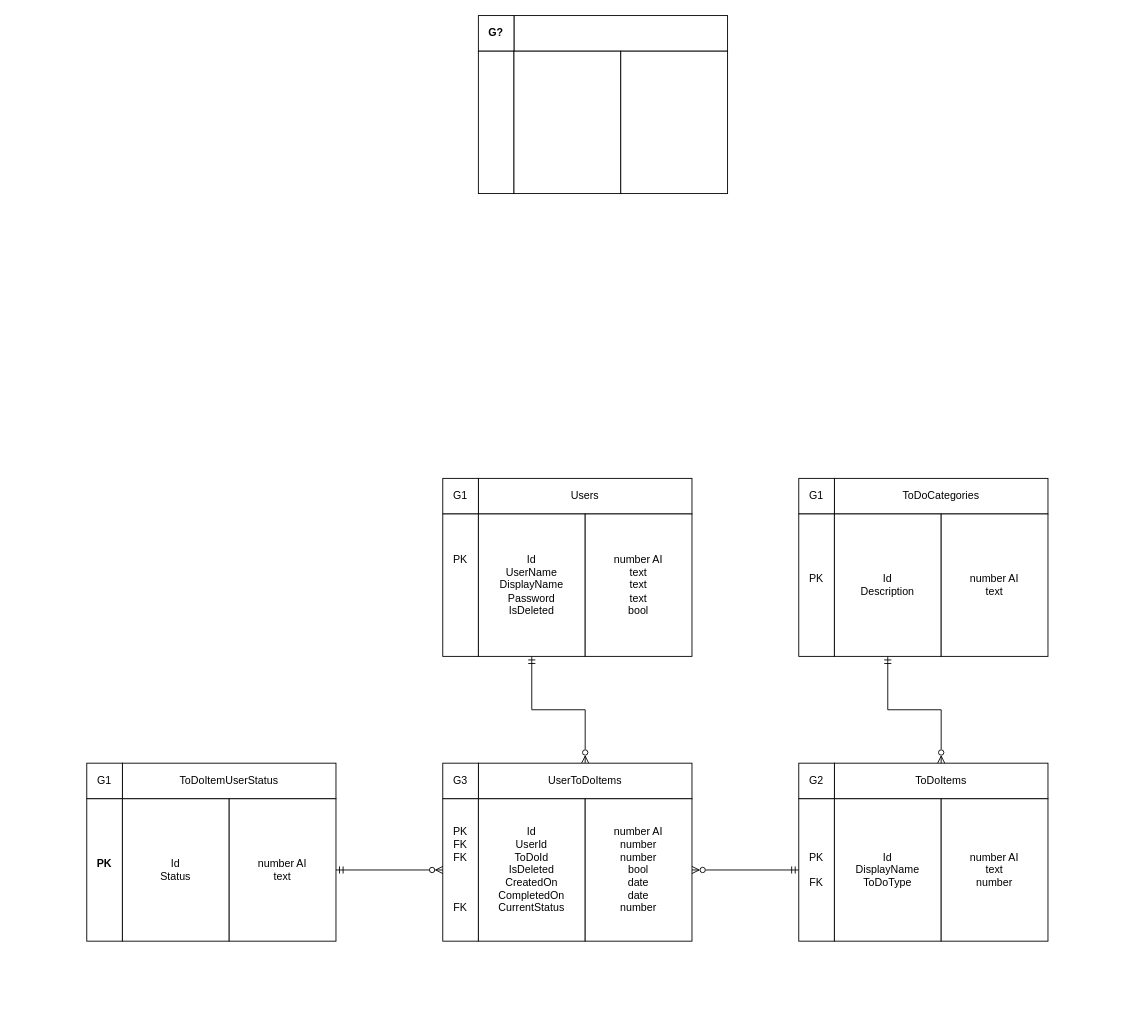
Before: DBDesign.drawio in Manlx/HTTP-API-From-Basic-Principles-, a draw.io diagram. Source tidied: cells renumbered, new cells numbered last; positions are measured from the earlier drawing's top-left corner, leaving out a move shared by most shapes. Both pictures are drawn from the tidied source at 89%, with x=0, y=0 at pixel (86, 15).
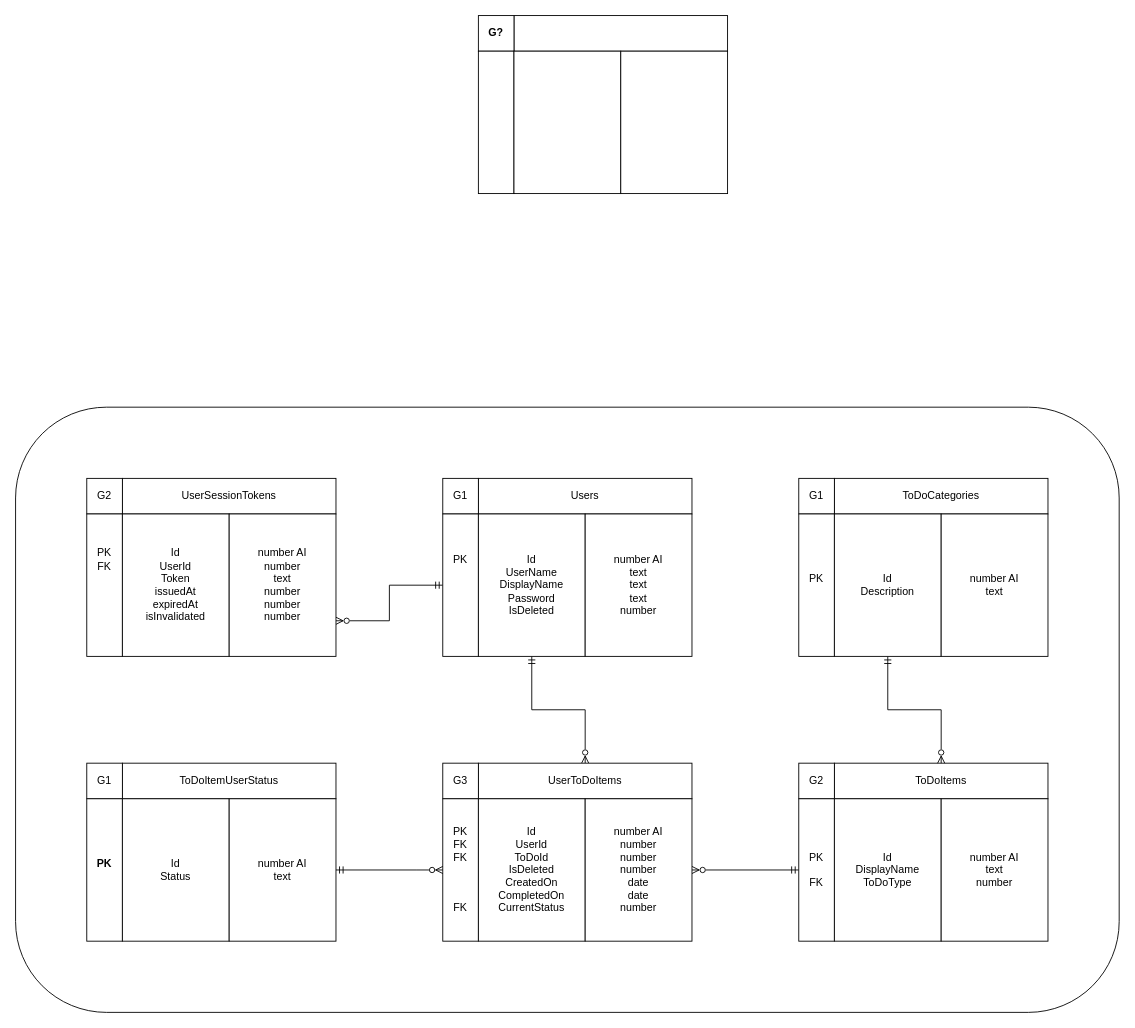
The same diagram, later.

Unchanged cells that the change refers to:
```xml
<mxCell id="9" value="PK&lt;div&gt;&lt;br&gt;&lt;/div&gt;&lt;div&gt;&lt;br&gt;&lt;/div&gt;&lt;div&gt;&lt;br&gt;&lt;/div&gt;&lt;div&gt;&lt;br&gt;&lt;/div&gt;" style="rounded=0;whiteSpace=wrap;html=1;" parent="1" vertex="1">
  <mxGeometry x="400" y="560" width="40" height="160" as="geometry" />
</mxCell>
```

Change to the diagram source:
```diff
@@
+    <mxCell id="36" style="rounded=1;whiteSpace=wrap;html=1;" parent="1" vertex="1">
+      <mxGeometry x="-80" y="440" width="1240" height="680" as="geometry" />
+    </mxCell>
@@
+    <mxCell id="37" style="edgeStyle=orthogonalEdgeStyle;rounded=0;jettySize=auto;html=1;entryX=1;entryY=0.75;entryDx=0;entryDy=0;endArrow=ERzeroToMany;endFill=0;startArrow=ERmandOne;startFill=0;" parent="1" edge="1" source="9" target="42">
+      <mxGeometry relative="1" as="geometry" />
+    </mxCell>
@@
-    <mxCell id="12" value="number AI&lt;br&gt;text&lt;div&gt;text&lt;/div&gt;&lt;div&gt;text&lt;/div&gt;&lt;div&gt;bool&lt;/div&gt;" style="rounded=0;whiteSpace=wrap;html=1;" parent="1" vertex="1">
+    <mxCell id="12" value="number AI&lt;br&gt;text&lt;div&gt;text&lt;/div&gt;&lt;div&gt;text&lt;/div&gt;&lt;div&gt;number&lt;/div&gt;" style="rounded=0;whiteSpace=wrap;html=1;" parent="1" vertex="1">
       <mxGeometry x="560" y="560" width="120" height="160" as="geometry" />
     </mxCell>
@@
-    <mxCell id="29" value="&lt;span style=&quot;font-weight: normal;&quot;&gt;number AI&lt;/span&gt;&lt;div&gt;&lt;span style=&quot;font-weight: 400;&quot;&gt;number&lt;/span&gt;&lt;/div&gt;&lt;div&gt;&lt;span style=&quot;font-weight: 400;&quot;&gt;number&lt;br&gt;&lt;/span&gt;&lt;div&gt;&lt;span style=&quot;font-weight: normal;&quot;&gt;bool&lt;/span&gt;&lt;/div&gt;&lt;div&gt;&lt;span style=&quot;font-weight: normal;&quot;&gt;date&lt;/span&gt;&lt;/div&gt;&lt;div&gt;&lt;span style=&quot;font-weight: normal;&quot;&gt;date&lt;/span&gt;&lt;/div&gt;&lt;div&gt;&lt;span style=&quot;font-weight: normal;&quot;&gt;number&lt;/span&gt;&lt;/div&gt;&lt;/div&gt;" style="rounded=0;whiteSpace=wrap;html=1;fontStyle=1;" parent="1" vertex="1">
+    <mxCell id="29" value="&lt;span style=&quot;font-weight: normal;&quot;&gt;number AI&lt;/span&gt;&lt;div&gt;&lt;span style=&quot;font-weight: 400;&quot;&gt;number&lt;/span&gt;&lt;/div&gt;&lt;div&gt;&lt;span style=&quot;font-weight: 400;&quot;&gt;number&lt;br&gt;&lt;/span&gt;&lt;div&gt;&lt;span style=&quot;font-weight: normal;&quot;&gt;number&lt;/span&gt;&lt;/div&gt;&lt;div&gt;&lt;span style=&quot;font-weight: normal;&quot;&gt;date&lt;/span&gt;&lt;/div&gt;&lt;div&gt;&lt;span style=&quot;font-weight: normal;&quot;&gt;date&lt;/span&gt;&lt;/div&gt;&lt;div&gt;&lt;span style=&quot;font-weight: normal;&quot;&gt;number&lt;/span&gt;&lt;/div&gt;&lt;/div&gt;" style="rounded=0;whiteSpace=wrap;html=1;fontStyle=1;" parent="1" vertex="1">
       <mxGeometry x="560" y="880" width="120" height="160" as="geometry" />
     </mxCell>
@@
+    <mxCell id="38" value="&lt;span style=&quot;font-weight: normal;&quot;&gt;UserSessionTokens&lt;/span&gt;" style="rounded=0;whiteSpace=wrap;html=1;fontStyle=1;" parent="1" vertex="1">
+      <mxGeometry x="40" y="520" width="240" height="40" as="geometry" />
+    </mxCell>
+    <mxCell id="39" value="&lt;span style=&quot;font-weight: normal;&quot;&gt;G2&lt;/span&gt;" style="rounded=0;whiteSpace=wrap;html=1;fontStyle=1;" parent="1" vertex="1">
+      <mxGeometry y="520" width="40" height="40" as="geometry" />
+    </mxCell>
+    <mxCell id="40" value="&lt;span style=&quot;font-weight: normal;&quot;&gt;PK&lt;br&gt;FK&lt;/span&gt;&lt;div&gt;&lt;span style=&quot;font-weight: normal;&quot;&gt;&lt;br&gt;&lt;/span&gt;&lt;/div&gt;&lt;div&gt;&lt;span style=&quot;font-weight: normal;&quot;&gt;&lt;br&gt;&lt;/span&gt;&lt;/div&gt;&lt;div&gt;&lt;span style=&quot;font-weight: normal;&quot;&gt;&lt;br&gt;&lt;/span&gt;&lt;/div&gt;&lt;div&gt;&lt;br&gt;&lt;/div&gt;" style="rounded=0;whiteSpace=wrap;html=1;fontStyle=1;" parent="1" vertex="1">
+      <mxGeometry y="560" width="40" height="160" as="geometry" />
+    </mxCell>
+    <mxCell id="41" value="&lt;span style=&quot;font-weight: normal;&quot;&gt;Id&lt;/span&gt;&lt;div&gt;&lt;span style=&quot;font-weight: normal;&quot;&gt;UserId&lt;/span&gt;&lt;/div&gt;&lt;div&gt;&lt;span style=&quot;font-weight: normal;&quot;&gt;Token&lt;/span&gt;&lt;/div&gt;&lt;div&gt;&lt;span style=&quot;font-weight: 400;&quot;&gt;issuedAt&lt;/span&gt;&lt;/div&gt;&lt;div&gt;&lt;span style=&quot;font-weight: 400;&quot;&gt;expiredAt&lt;/span&gt;&lt;/div&gt;&lt;div&gt;&lt;span style=&quot;font-weight: 400;&quot;&gt;isInvalidated&lt;/span&gt;&lt;/div&gt;" style="rounded=0;whiteSpace=wrap;html=1;fontStyle=1;" parent="1" vertex="1">
+      <mxGeometry x="40" y="560" width="120" height="160" as="geometry" />
+    </mxCell>
+    <mxCell id="42" value="&lt;span style=&quot;font-weight: normal;&quot;&gt;number AI&lt;/span&gt;&lt;div&gt;&lt;span style=&quot;font-weight: normal;&quot;&gt;number&lt;/span&gt;&lt;/div&gt;&lt;div&gt;&lt;span style=&quot;font-weight: normal;&quot;&gt;text&lt;/span&gt;&lt;/div&gt;&lt;div&gt;&lt;span style=&quot;font-weight: normal;&quot;&gt;number&lt;/span&gt;&lt;/div&gt;&lt;div&gt;&lt;span style=&quot;font-weight: normal;&quot;&gt;number&lt;/span&gt;&lt;/div&gt;&lt;div&gt;&lt;span style=&quot;font-weight: normal;&quot;&gt;number&lt;/span&gt;&lt;/div&gt;" style="rounded=0;whiteSpace=wrap;html=1;fontStyle=1;" parent="1" vertex="1">
+      <mxGeometry x="160" y="560" width="120" height="160" as="geometry" />
+    </mxCell>
```
